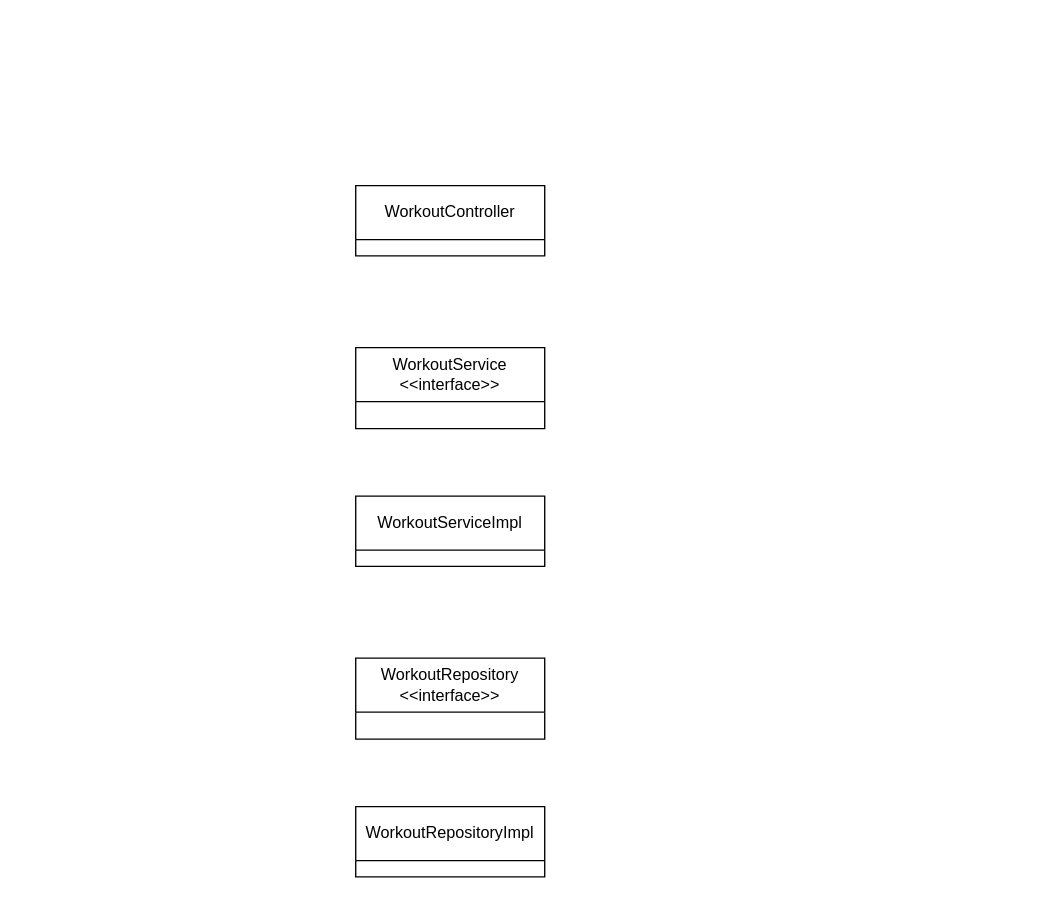
Above: page "C4 Implementation details" (4 of 4) of C4 Diagram/FitnessAppDiagram.drawio in AtanasDimitrov12/FitnessApp-Backend (draw.io), before the change. Source tidied: cells renumbered, new cells numbered last; positions are measured from the earlier drawing's top-left corner, leaving out a move shared by most shapes. Both pictures are drawn from the tidied source at 135%, with x=0, y=0 at pixel (355, 185).
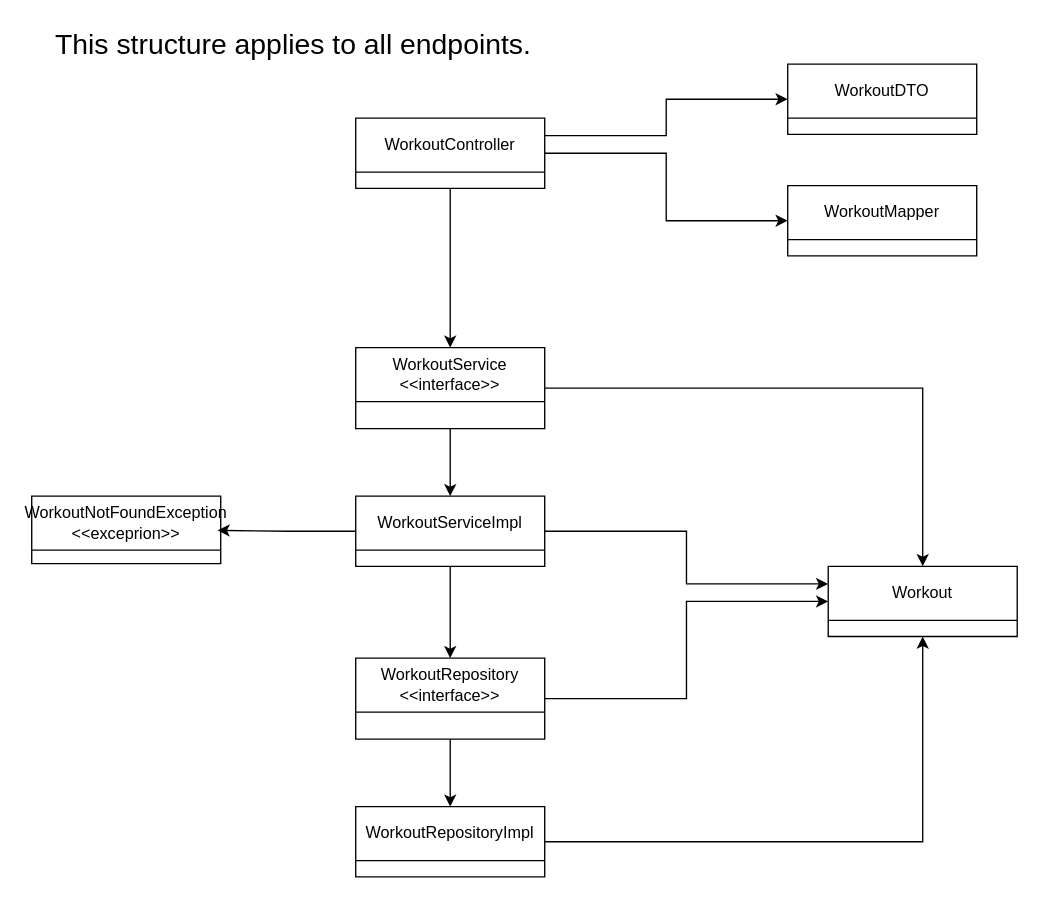
After the change.

Unchanged cells that the change refers to:
```xml
<mxCell id="3" value="WorkoutService&lt;div&gt;&amp;lt;&amp;lt;interface&amp;gt;&amp;gt;&lt;/div&gt;" style="swimlane;fontStyle=0;horizontal=1;startSize=40;fillColor=none;whiteSpace=wrap;html=1;" parent="1" vertex="1">
  <mxGeometry y="120" width="140" height="60" as="geometry" />
</mxCell>
<mxCell id="4" value="WorkoutServiceImpl" style="swimlane;fontStyle=0;horizontal=1;startSize=40;fillColor=none;whiteSpace=wrap;html=1;" parent="1" vertex="1">
  <mxGeometry y="230" width="140" height="52" as="geometry" />
</mxCell>
<mxCell id="5" value="WorkoutRepository&lt;div&gt;&amp;lt;&amp;lt;interface&amp;gt;&amp;gt;&lt;/div&gt;" style="swimlane;fontStyle=0;horizontal=1;startSize=40;fillColor=none;whiteSpace=wrap;html=1;" parent="1" vertex="1">
  <mxGeometry y="350" width="140" height="60" as="geometry" />
</mxCell>
<mxCell id="6" value="WorkoutRepositoryImpl" style="swimlane;fontStyle=0;horizontal=1;startSize=40;fillColor=none;whiteSpace=wrap;html=1;" parent="1" vertex="1">
  <mxGeometry y="460" width="140" height="52" as="geometry" />
</mxCell>
```

Change to the diagram source:
```diff
@@
+    <mxCell id="7" style="edgeStyle=orthogonalEdgeStyle;rounded=0;jettySize=auto;html=1;exitX=0.5;exitY=1;exitDx=0;exitDy=0;entryX=0.5;entryY=0;entryDx=0;entryDy=0;" parent="1" edge="1" source="2" target="3">
+      <mxGeometry relative="1" as="geometry" />
+    </mxCell>
+    <mxCell id="8" style="edgeStyle=orthogonalEdgeStyle;rounded=0;jettySize=auto;html=1;exitX=1;exitY=0.5;exitDx=0;exitDy=0;entryX=0;entryY=0.5;entryDx=0;entryDy=0;" parent="1" edge="1" source="2" target="18">
+      <mxGeometry relative="1" as="geometry" />
+    </mxCell>
+    <mxCell id="9" style="edgeStyle=orthogonalEdgeStyle;rounded=0;jettySize=auto;html=1;exitX=1;exitY=0.25;exitDx=0;exitDy=0;entryX=0;entryY=0.5;entryDx=0;entryDy=0;" parent="1" edge="1" source="2" target="17">
+      <mxGeometry relative="1" as="geometry" />
+    </mxCell>
     <mxCell id="2" value="WorkoutController" style="swimlane;fontStyle=0;horizontal=1;startSize=40;fillColor=none;whiteSpace=wrap;html=1;" parent="1" vertex="1">
-      <mxGeometry width="140" height="52" as="geometry" />
+      <mxGeometry y="-50" width="140" height="52" as="geometry" />
     </mxCell>
+    <mxCell id="10" style="edgeStyle=orthogonalEdgeStyle;rounded=0;jettySize=auto;html=1;exitX=0.5;exitY=1;exitDx=0;exitDy=0;entryX=0.5;entryY=0;entryDx=0;entryDy=0;" parent="1" edge="1" source="3" target="4">
+      <mxGeometry relative="1" as="geometry" />
+    </mxCell>
+    <mxCell id="11" style="edgeStyle=orthogonalEdgeStyle;rounded=0;jettySize=auto;html=1;exitX=1;exitY=0.5;exitDx=0;exitDy=0;" parent="1" edge="1" source="3" target="19">
+      <mxGeometry relative="1" as="geometry" />
+    </mxCell>
@@
+    <mxCell id="12" style="edgeStyle=orthogonalEdgeStyle;rounded=0;jettySize=auto;html=1;exitX=0.5;exitY=1;exitDx=0;exitDy=0;entryX=0.5;entryY=0;entryDx=0;entryDy=0;" parent="1" edge="1" source="4" target="5">
+      <mxGeometry relative="1" as="geometry" />
+    </mxCell>
+    <mxCell id="13" style="edgeStyle=orthogonalEdgeStyle;rounded=0;jettySize=auto;html=1;exitX=1;exitY=0.5;exitDx=0;exitDy=0;entryX=0;entryY=0.25;entryDx=0;entryDy=0;" parent="1" edge="1" source="4" target="19">
+      <mxGeometry relative="1" as="geometry" />
+    </mxCell>
@@
+    <mxCell id="14" style="edgeStyle=orthogonalEdgeStyle;rounded=0;jettySize=auto;html=1;exitX=0.5;exitY=1;exitDx=0;exitDy=0;" parent="1" edge="1" source="5" target="6">
+      <mxGeometry relative="1" as="geometry" />
+    </mxCell>
+    <mxCell id="15" style="edgeStyle=orthogonalEdgeStyle;rounded=0;jettySize=auto;html=1;exitX=1;exitY=0.5;exitDx=0;exitDy=0;entryX=0;entryY=0.5;entryDx=0;entryDy=0;" parent="1" edge="1" source="5" target="19">
+      <mxGeometry relative="1" as="geometry" />
+    </mxCell>
@@
+    <mxCell id="16" style="edgeStyle=orthogonalEdgeStyle;rounded=0;jettySize=auto;html=1;exitX=1;exitY=0.5;exitDx=0;exitDy=0;entryX=0.5;entryY=1;entryDx=0;entryDy=0;" parent="1" edge="1" source="6" target="19">
+      <mxGeometry relative="1" as="geometry" />
+    </mxCell>
@@
+    <mxCell id="17" value="WorkoutDTO" style="swimlane;fontStyle=0;horizontal=1;startSize=40;fillColor=none;whiteSpace=wrap;html=1;" parent="1" vertex="1">
+      <mxGeometry x="320" y="-90" width="140" height="52" as="geometry" />
+    </mxCell>
+    <mxCell id="18" value="WorkoutMapper" style="swimlane;fontStyle=0;horizontal=1;startSize=40;fillColor=none;whiteSpace=wrap;html=1;" parent="1" vertex="1">
+      <mxGeometry x="320" width="140" height="52" as="geometry" />
+    </mxCell>
+    <mxCell id="19" value="Workout" style="swimlane;fontStyle=0;horizontal=1;startSize=40;fillColor=none;whiteSpace=wrap;html=1;" parent="1" vertex="1">
+      <mxGeometry x="350" y="282" width="140" height="52" as="geometry" />
+    </mxCell>
+    <mxCell id="20" value="WorkoutNotFoundException&lt;div&gt;&amp;lt;&amp;lt;exceprion&amp;gt;&amp;gt;&lt;/div&gt;" style="swimlane;fontStyle=0;horizontal=1;startSize=40;fillColor=none;whiteSpace=wrap;html=1;" parent="1" vertex="1">
+      <mxGeometry x="-240" y="230" width="140" height="50" as="geometry" />
+    </mxCell>
+    <mxCell id="21" style="edgeStyle=orthogonalEdgeStyle;rounded=0;jettySize=auto;html=1;exitX=0;exitY=0.5;exitDx=0;exitDy=0;entryX=0.983;entryY=0.507;entryDx=0;entryDy=0;entryPerimeter=0;" parent="1" edge="1" source="4" target="20">
+      <mxGeometry relative="1" as="geometry" />
+    </mxCell>
+    <mxCell id="22" value="This structure applies to all endpoints." style="text;html=1;align=center;verticalAlign=middle;whiteSpace=wrap;rounded=0;fontSize=21;labelPosition=center;verticalLabelPosition=middle;textDirection=ltr;" parent="1" vertex="1">
+      <mxGeometry x="-246" y="-120" width="400" height="30" as="geometry" />
+    </mxCell>
```
